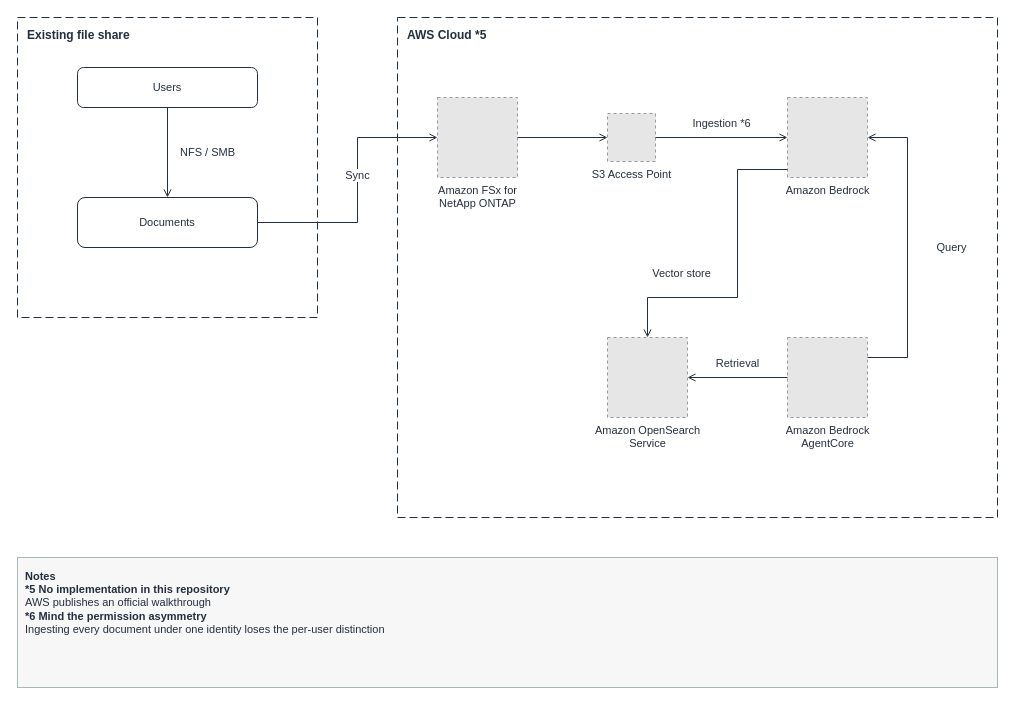
Yoshiki0705/ONTAP-Edge-to-Cloud-AI keeps this draw.io diagram as docs/diagrams/pattern-05-agentic-rag-en.drawio. Above is the earlier version. Source tidied: cells renumbered, new cells numbered last; positions are measured from the earlier drawing's top-left corner, leaving out a move shared by most shapes. Both pictures are drawn from the tidied source at 100%, with x=0, y=0 at pixel (17, 17). Pictures stored in the file or linked from it are replaced by grey dashed boxes.
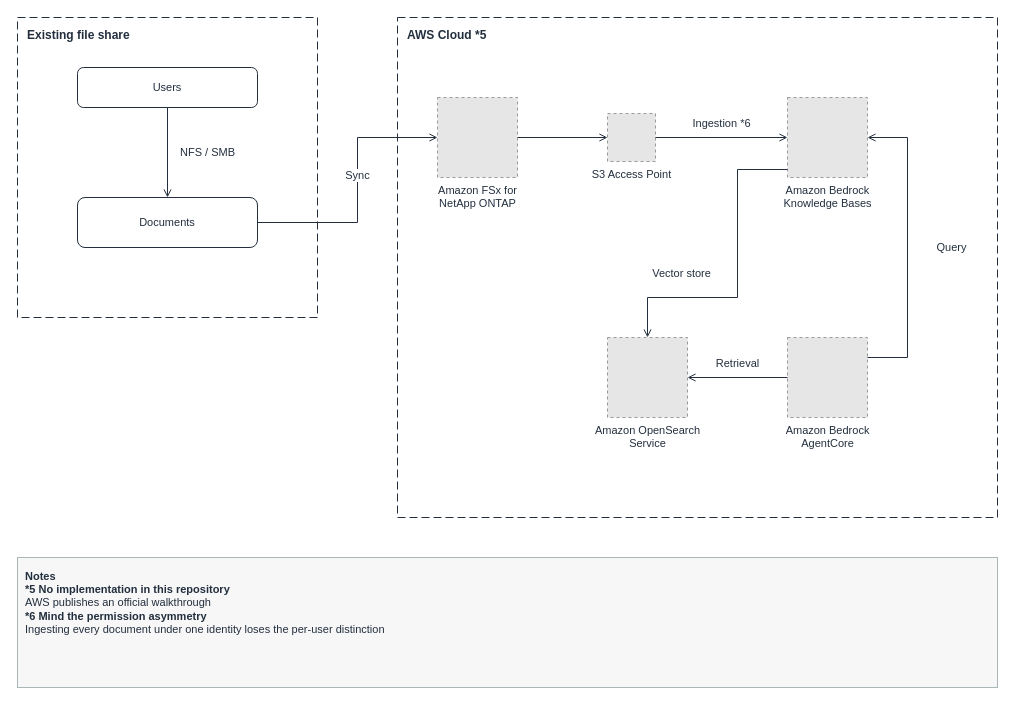
The same page after the edit.

What changed in the source:
```diff
@@
-    <mxCell id="8" value="Amazon Bedrock" style="fillColor=#E6E6E6;strokeColor=#999999;dashed=1;html=1;verticalLabelPosition=bottom;verticalAlign=top;labelPosition=center;align=center;fontSize=11;fontColor=#232F3E;" parent="1" vertex="1">
+    <mxCell id="8" value="Amazon Bedrock&lt;br&gt;Knowledge Bases" style="fillColor=#E6E6E6;strokeColor=#999999;dashed=1;html=1;verticalLabelPosition=bottom;verticalAlign=top;labelPosition=center;align=center;fontSize=11;fontColor=#232F3E;" parent="1" vertex="1">
       <mxGeometry x="770" y="80" width="80" height="80" as="geometry" />
     </mxCell>
```
